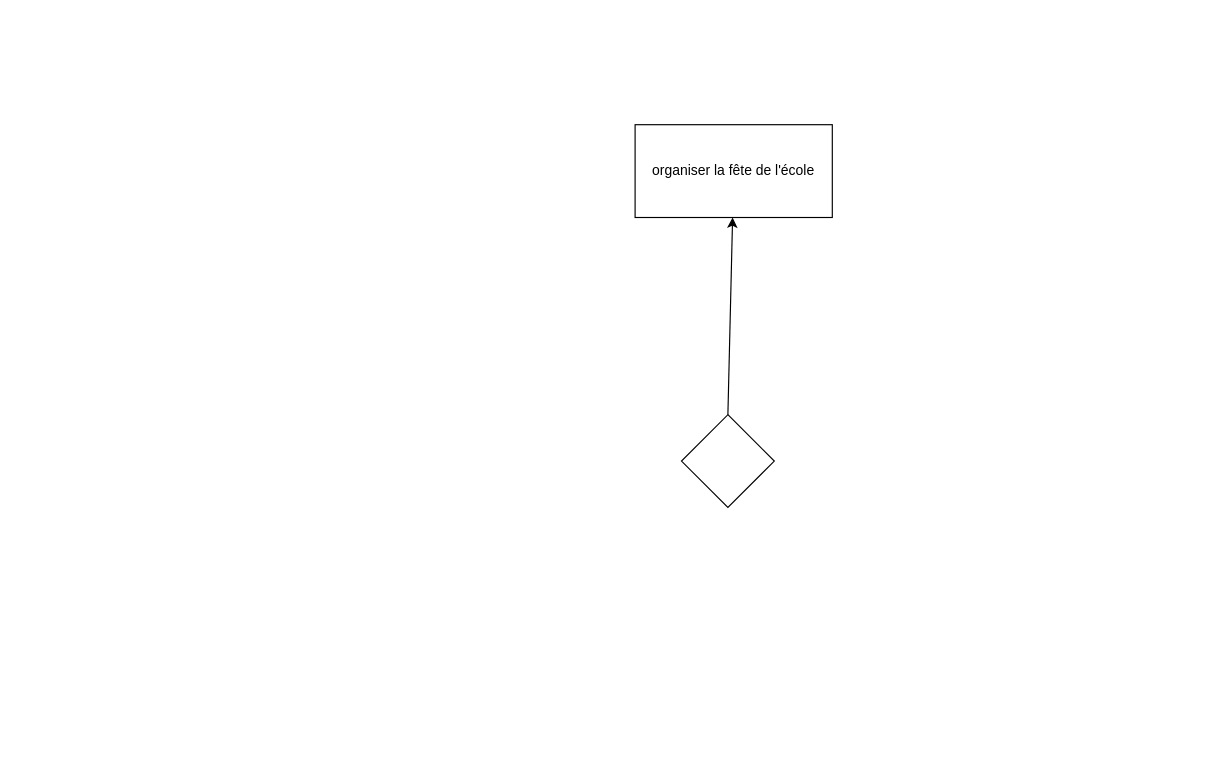
GillesSuivre/GestionProjet keeps this draw.io diagram as test.drawio. Above is the earlier version. Source tidied: cells renumbered, new cells numbered last; positions are measured from the earlier drawing's top-left corner, leaving out a move shared by most shapes. Both pictures are drawn from the tidied source at 116%, with x=0, y=0 at pixel (635, 124).
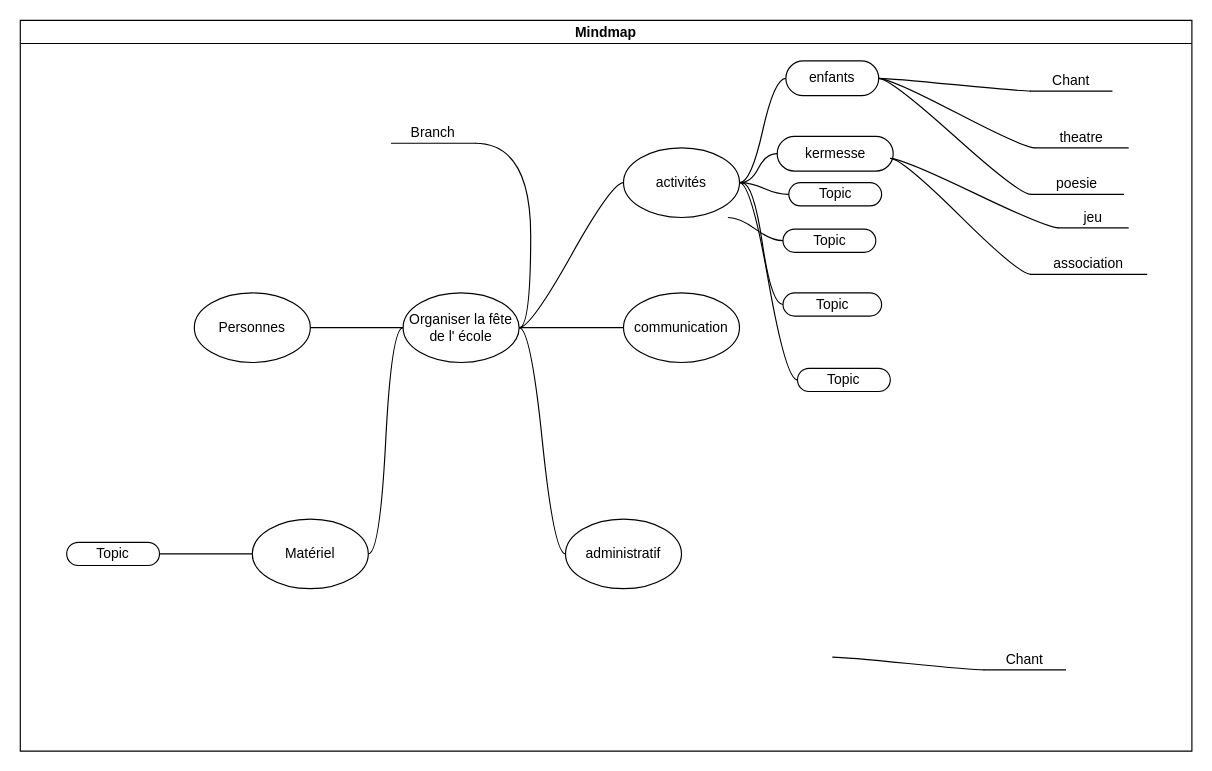
After the change.

Commit message:
Mettre à jour test.drawio

The edit, as a diff of the source:
```diff
@@
-    <mxCell id="2" value="organiser la fête de l'école" style="rounded=0;whiteSpace=wrap;html=1;" parent="1" vertex="1">
-      <mxGeometry width="170" height="80" as="geometry" />
-    </mxCell>
-    <mxCell id="3" style="rhombus;whiteSpace=wrap;html=1;" parent="1" vertex="1">
-      <mxGeometry x="40" y="250" width="80" height="80" as="geometry" />
-    </mxCell>
-    <mxCell id="4" style="endArrow=classic;html=1;rounded=0;exitX=0.5;exitY=0;exitDx=0;exitDy=0;" parent="1" edge="1" source="3" target="2">
-      <mxGeometry relative="1" as="geometry" />
-    </mxCell>
+    <mxCell id="5" value="Mindmap" style="swimlane;startSize=20;horizontal=1;containerType=tree;" parent="1" vertex="1">
+      <mxGeometry x="-530" y="-90" width="1010" height="630" as="geometry" />
+    </mxCell>
+    <mxCell id="6" style="edgeStyle=entityRelationEdgeStyle;startArrow=none;endArrow=none;segment=10;curved=1;sourcePerimeterSpacing=0;targetPerimeterSpacing=0;rounded=0;exitX=1;exitY=0.5;exitDx=0;exitDy=0;" parent="5" edge="1" source="24" target="11">
+      <mxGeometry relative="1" as="geometry" />
+    </mxCell>
+    <mxCell id="7" style="edgeStyle=entityRelationEdgeStyle;startArrow=none;endArrow=none;segment=10;curved=1;sourcePerimeterSpacing=0;targetPerimeterSpacing=0;rounded=0;" parent="5" edge="1" source="10" target="12">
+      <mxGeometry relative="1" as="geometry" />
+    </mxCell>
+    <mxCell id="8" style="edgeStyle=entityRelationEdgeStyle;startArrow=none;endArrow=none;segment=10;curved=1;sourcePerimeterSpacing=0;targetPerimeterSpacing=0;rounded=0;" parent="5" edge="1" source="21" target="13">
+      <mxGeometry relative="1" as="geometry" />
+    </mxCell>
+    <mxCell id="9" style="edgeStyle=entityRelationEdgeStyle;startArrow=none;endArrow=none;segment=10;curved=1;sourcePerimeterSpacing=0;targetPerimeterSpacing=0;rounded=0;exitX=1;exitY=0.5;exitDx=0;exitDy=0;" parent="5" edge="1" source="11" target="22">
+      <mxGeometry relative="1" as="geometry" />
+    </mxCell>
+    <mxCell id="10" value="Organiser la fête de l' école" style="ellipse;whiteSpace=wrap;html=1;align=center;newEdgeStyle={&quot;edgeStyle&quot;:&quot;entityRelationEdgeStyle&quot;,&quot;startArrow&quot;:&quot;none&quot;,&quot;endArrow&quot;:&quot;none&quot;,&quot;segment&quot;:10,&quot;curved&quot;:1,&quot;sourcePerimeterSpacing&quot;:0,&quot;targetPerimeterSpacing&quot;:0};" parent="5" vertex="1">
+      <mxGeometry x="330" y="235" width="100" height="60" as="geometry" />
+    </mxCell>
+    <mxCell id="11" value="enfants" style="whiteSpace=wrap;html=1;rounded=1;arcSize=50;align=center;verticalAlign=middle;strokeWidth=1;spacing=4;newEdgeStyle={&quot;edgeStyle&quot;:&quot;entityRelationEdgeStyle&quot;,&quot;startArrow&quot;:&quot;none&quot;,&quot;endArrow&quot;:&quot;none&quot;,&quot;segment&quot;:10,&quot;curved&quot;:1,&quot;sourcePerimeterSpacing&quot;:0,&quot;targetPerimeterSpacing&quot;:0};" parent="5" vertex="1">
+      <mxGeometry x="660" y="35" width="80" height="30" as="geometry" />
+    </mxCell>
+    <mxCell id="12" value="Branch" style="whiteSpace=wrap;html=1;shape=partialRectangle;top=0;left=0;bottom=1;right=0;points=[[0,1],[1,1]];fillColor=none;align=center;verticalAlign=bottom;routingCenterY=0.5;snapToPoint=1;newEdgeStyle={&quot;edgeStyle&quot;:&quot;entityRelationEdgeStyle&quot;,&quot;startArrow&quot;:&quot;none&quot;,&quot;endArrow&quot;:&quot;none&quot;,&quot;segment&quot;:10,&quot;curved&quot;:1,&quot;sourcePerimeterSpacing&quot;:0,&quot;targetPerimeterSpacing&quot;:0};" parent="5" vertex="1">
+      <mxGeometry x="320" y="80" width="72" height="26" as="geometry" />
+    </mxCell>
+    <mxCell id="13" value="Topic" style="whiteSpace=wrap;html=1;rounded=1;arcSize=50;align=center;verticalAlign=middle;strokeWidth=1;spacing=4;newEdgeStyle={&quot;edgeStyle&quot;:&quot;entityRelationEdgeStyle&quot;,&quot;startArrow&quot;:&quot;none&quot;,&quot;endArrow&quot;:&quot;none&quot;,&quot;segment&quot;:10,&quot;curved&quot;:1,&quot;sourcePerimeterSpacing&quot;:0,&quot;targetPerimeterSpacing&quot;:0};" parent="5" vertex="1">
+      <mxGeometry x="40" y="450" width="80" height="20" as="geometry" />
+    </mxCell>
+    <mxCell id="14" style="edgeStyle=entityRelationEdgeStyle;rounded=0;jettySize=auto;html=1;startArrow=none;endArrow=none;segment=10;curved=1;sourcePerimeterSpacing=0;targetPerimeterSpacing=0;" parent="5" edge="1" source="10" target="15">
+      <mxGeometry relative="1" as="geometry" />
+    </mxCell>
+    <mxCell id="15" value="communication" style="ellipse;whiteSpace=wrap;html=1;align=center;newEdgeStyle={&quot;edgeStyle&quot;:&quot;entityRelationEdgeStyle&quot;,&quot;startArrow&quot;:&quot;none&quot;,&quot;endArrow&quot;:&quot;none&quot;,&quot;segment&quot;:10,&quot;curved&quot;:1,&quot;sourcePerimeterSpacing&quot;:0,&quot;targetPerimeterSpacing&quot;:0};" parent="5" vertex="1">
+      <mxGeometry x="520" y="235" width="100" height="60" as="geometry" />
+    </mxCell>
+    <mxCell id="16" style="edgeStyle=entityRelationEdgeStyle;rounded=0;jettySize=auto;html=1;startArrow=none;endArrow=none;segment=10;curved=1;sourcePerimeterSpacing=0;targetPerimeterSpacing=0;" parent="5" edge="1" source="10" target="17">
+      <mxGeometry relative="1" as="geometry" />
+    </mxCell>
+    <mxCell id="17" value="administratif" style="ellipse;whiteSpace=wrap;html=1;align=center;newEdgeStyle={&quot;edgeStyle&quot;:&quot;entityRelationEdgeStyle&quot;,&quot;startArrow&quot;:&quot;none&quot;,&quot;endArrow&quot;:&quot;none&quot;,&quot;segment&quot;:10,&quot;curved&quot;:1,&quot;sourcePerimeterSpacing&quot;:0,&quot;targetPerimeterSpacing&quot;:0};" parent="5" vertex="1">
+      <mxGeometry x="470" y="430" width="100" height="60" as="geometry" />
+    </mxCell>
+    <mxCell id="18" style="edgeStyle=entityRelationEdgeStyle;rounded=0;jettySize=auto;html=1;startArrow=none;endArrow=none;segment=10;curved=1;sourcePerimeterSpacing=0;targetPerimeterSpacing=0;" parent="5" edge="1" source="10" target="19">
+      <mxGeometry relative="1" as="geometry" />
+    </mxCell>
+    <mxCell id="19" value="Personnes" style="ellipse;whiteSpace=wrap;html=1;align=center;newEdgeStyle={&quot;edgeStyle&quot;:&quot;entityRelationEdgeStyle&quot;,&quot;startArrow&quot;:&quot;none&quot;,&quot;endArrow&quot;:&quot;none&quot;,&quot;segment&quot;:10,&quot;curved&quot;:1,&quot;sourcePerimeterSpacing&quot;:0,&quot;targetPerimeterSpacing&quot;:0};" parent="5" vertex="1">
+      <mxGeometry x="150" y="235" width="100" height="60" as="geometry" />
+    </mxCell>
+    <mxCell id="20" style="edgeStyle=entityRelationEdgeStyle;rounded=0;jettySize=auto;html=1;startArrow=none;endArrow=none;segment=10;curved=1;sourcePerimeterSpacing=0;targetPerimeterSpacing=0;" parent="5" edge="1" source="10" target="21">
+      <mxGeometry relative="1" as="geometry" />
+    </mxCell>
+    <mxCell id="21" value="Matériel" style="ellipse;whiteSpace=wrap;html=1;align=center;newEdgeStyle={&quot;edgeStyle&quot;:&quot;entityRelationEdgeStyle&quot;,&quot;startArrow&quot;:&quot;none&quot;,&quot;endArrow&quot;:&quot;none&quot;,&quot;segment&quot;:10,&quot;curved&quot;:1,&quot;sourcePerimeterSpacing&quot;:0,&quot;targetPerimeterSpacing&quot;:0};" parent="5" vertex="1">
+      <mxGeometry x="200" y="430" width="100" height="60" as="geometry" />
+    </mxCell>
+    <mxCell id="22" value="Chant" style="whiteSpace=wrap;html=1;shape=partialRectangle;top=0;left=0;bottom=1;right=0;points=[[0,1],[1,1]];fillColor=none;align=center;verticalAlign=bottom;routingCenterY=0.5;snapToPoint=1;newEdgeStyle={&quot;edgeStyle&quot;:&quot;entityRelationEdgeStyle&quot;,&quot;startArrow&quot;:&quot;none&quot;,&quot;endArrow&quot;:&quot;none&quot;,&quot;segment&quot;:10,&quot;curved&quot;:1,&quot;sourcePerimeterSpacing&quot;:0,&quot;targetPerimeterSpacing&quot;:0};" parent="5" vertex="1">
+      <mxGeometry x="871" y="31" width="70" height="30" as="geometry" />
+    </mxCell>
+    <mxCell id="23" style="edgeStyle=entityRelationEdgeStyle;rounded=0;jettySize=auto;html=1;startArrow=none;endArrow=none;segment=10;curved=1;sourcePerimeterSpacing=0;targetPerimeterSpacing=0;" parent="5" edge="1" source="10" target="24">
+      <mxGeometry relative="1" as="geometry" />
+    </mxCell>
+    <mxCell id="24" value="activités" style="ellipse;whiteSpace=wrap;html=1;align=center;newEdgeStyle={&quot;edgeStyle&quot;:&quot;entityRelationEdgeStyle&quot;,&quot;startArrow&quot;:&quot;none&quot;,&quot;endArrow&quot;:&quot;none&quot;,&quot;segment&quot;:10,&quot;curved&quot;:1,&quot;sourcePerimeterSpacing&quot;:0,&quot;targetPerimeterSpacing&quot;:0};" parent="5" vertex="1">
+      <mxGeometry x="520" y="110" width="100" height="60" as="geometry" />
+    </mxCell>
+    <mxCell id="25" style="edgeStyle=entityRelationEdgeStyle;startArrow=none;endArrow=none;segment=10;curved=1;sourcePerimeterSpacing=0;targetPerimeterSpacing=0;rounded=0;" parent="5" edge="1" target="26">
+      <mxGeometry relative="1" as="geometry">
+        <mxPoint x="622" y="140" as="sourcePoint" />
+      </mxGeometry>
+    </mxCell>
+    <mxCell id="26" value="Topic" style="whiteSpace=wrap;html=1;rounded=1;arcSize=50;align=center;verticalAlign=middle;strokeWidth=1;spacing=4;newEdgeStyle={&quot;edgeStyle&quot;:&quot;entityRelationEdgeStyle&quot;,&quot;startArrow&quot;:&quot;none&quot;,&quot;endArrow&quot;:&quot;none&quot;,&quot;segment&quot;:10,&quot;curved&quot;:1,&quot;sourcePerimeterSpacing&quot;:0,&quot;targetPerimeterSpacing&quot;:0};" parent="5" vertex="1">
+      <mxGeometry x="657.5" y="235" width="85" height="20" as="geometry" />
+    </mxCell>
+    <mxCell id="27" value="Topic" style="whiteSpace=wrap;html=1;rounded=1;arcSize=50;align=center;verticalAlign=middle;strokeWidth=1;spacing=4;newEdgeStyle={&quot;edgeStyle&quot;:&quot;entityRelationEdgeStyle&quot;,&quot;startArrow&quot;:&quot;none&quot;,&quot;endArrow&quot;:&quot;none&quot;,&quot;segment&quot;:10,&quot;curved&quot;:1,&quot;sourcePerimeterSpacing&quot;:0,&quot;targetPerimeterSpacing&quot;:0};" parent="5" vertex="1">
+      <mxGeometry x="670" y="300" width="80" height="20" as="geometry" />
+    </mxCell>
+    <mxCell id="28" style="edgeStyle=entityRelationEdgeStyle;startArrow=none;endArrow=none;segment=10;curved=1;sourcePerimeterSpacing=0;targetPerimeterSpacing=0;rounded=0;exitX=1;exitY=0.5;exitDx=0;exitDy=0;" parent="5" edge="1" source="24" target="27">
+      <mxGeometry relative="1" as="geometry" />
+    </mxCell>
+    <mxCell id="29" value="Topic" style="whiteSpace=wrap;html=1;rounded=1;arcSize=50;align=center;verticalAlign=middle;strokeWidth=1;spacing=4;newEdgeStyle={&quot;edgeStyle&quot;:&quot;entityRelationEdgeStyle&quot;,&quot;startArrow&quot;:&quot;none&quot;,&quot;endArrow&quot;:&quot;none&quot;,&quot;segment&quot;:10,&quot;curved&quot;:1,&quot;sourcePerimeterSpacing&quot;:0,&quot;targetPerimeterSpacing&quot;:0};" parent="5" vertex="1">
+      <mxGeometry x="657.5" y="180" width="80" height="20" as="geometry" />
+    </mxCell>
+    <mxCell id="30" value="Topic" style="whiteSpace=wrap;html=1;rounded=1;arcSize=50;align=center;verticalAlign=middle;strokeWidth=1;spacing=4;newEdgeStyle={&quot;edgeStyle&quot;:&quot;entityRelationEdgeStyle&quot;,&quot;startArrow&quot;:&quot;none&quot;,&quot;endArrow&quot;:&quot;none&quot;,&quot;segment&quot;:10,&quot;curved&quot;:1,&quot;sourcePerimeterSpacing&quot;:0,&quot;targetPerimeterSpacing&quot;:0};" parent="5" vertex="1">
+      <mxGeometry x="662.5" y="140" width="80" height="20" as="geometry" />
+    </mxCell>
+    <mxCell id="31" style="edgeStyle=entityRelationEdgeStyle;startArrow=none;endArrow=none;segment=10;curved=1;sourcePerimeterSpacing=0;targetPerimeterSpacing=0;rounded=0;exitX=1;exitY=0.5;exitDx=0;exitDy=0;" parent="5" edge="1" source="24" target="30">
+      <mxGeometry relative="1" as="geometry" />
+    </mxCell>
+    <mxCell id="32" value="kermesse" style="whiteSpace=wrap;html=1;rounded=1;arcSize=50;align=center;verticalAlign=middle;strokeWidth=1;spacing=4;newEdgeStyle={&quot;edgeStyle&quot;:&quot;entityRelationEdgeStyle&quot;,&quot;startArrow&quot;:&quot;none&quot;,&quot;endArrow&quot;:&quot;none&quot;,&quot;segment&quot;:10,&quot;curved&quot;:1,&quot;sourcePerimeterSpacing&quot;:0,&quot;targetPerimeterSpacing&quot;:0};" parent="5" vertex="1">
+      <mxGeometry x="652.5" y="100" width="100" height="30" as="geometry" />
+    </mxCell>
+    <mxCell id="33" style="edgeStyle=entityRelationEdgeStyle;startArrow=none;endArrow=none;segment=10;curved=1;sourcePerimeterSpacing=0;targetPerimeterSpacing=0;rounded=0;exitX=1;exitY=0.5;exitDx=0;exitDy=0;" parent="5" edge="1" source="24" target="32">
+      <mxGeometry relative="1" as="geometry" />
+    </mxCell>
+    <mxCell id="34" style="edgeStyle=entityRelationEdgeStyle;startArrow=none;endArrow=none;segment=10;curved=1;sourcePerimeterSpacing=0;targetPerimeterSpacing=0;rounded=0;exitX=1;exitY=0.5;exitDx=0;exitDy=0;" parent="5" edge="1" target="35">
+      <mxGeometry relative="1" as="geometry">
+        <mxPoint x="700" y="549" as="sourcePoint" />
+      </mxGeometry>
+    </mxCell>
+    <mxCell id="35" value="Chant" style="whiteSpace=wrap;html=1;shape=partialRectangle;top=0;left=0;bottom=1;right=0;points=[[0,1],[1,1]];fillColor=none;align=center;verticalAlign=bottom;routingCenterY=0.5;snapToPoint=1;newEdgeStyle={&quot;edgeStyle&quot;:&quot;entityRelationEdgeStyle&quot;,&quot;startArrow&quot;:&quot;none&quot;,&quot;endArrow&quot;:&quot;none&quot;,&quot;segment&quot;:10,&quot;curved&quot;:1,&quot;sourcePerimeterSpacing&quot;:0,&quot;targetPerimeterSpacing&quot;:0};" parent="5" vertex="1">
+      <mxGeometry x="831" y="530" width="70" height="30" as="geometry" />
+    </mxCell>
+    <mxCell id="36" value="poesie" style="whiteSpace=wrap;html=1;shape=partialRectangle;top=0;left=0;bottom=1;right=0;points=[[0,1],[1,1]];fillColor=none;align=center;verticalAlign=bottom;routingCenterY=0.5;snapToPoint=1;newEdgeStyle={&quot;edgeStyle&quot;:&quot;entityRelationEdgeStyle&quot;,&quot;startArrow&quot;:&quot;none&quot;,&quot;endArrow&quot;:&quot;none&quot;,&quot;segment&quot;:10,&quot;curved&quot;:1,&quot;sourcePerimeterSpacing&quot;:0,&quot;targetPerimeterSpacing&quot;:0};" parent="5" vertex="1">
+      <mxGeometry x="871" y="120" width="80" height="30" as="geometry" />
+    </mxCell>
+    <mxCell id="37" value="theatre" style="whiteSpace=wrap;html=1;shape=partialRectangle;top=0;left=0;bottom=1;right=0;points=[[0,1],[1,1]];fillColor=none;align=center;verticalAlign=bottom;routingCenterY=0.5;snapToPoint=1;newEdgeStyle={&quot;edgeStyle&quot;:&quot;entityRelationEdgeStyle&quot;,&quot;startArrow&quot;:&quot;none&quot;,&quot;endArrow&quot;:&quot;none&quot;,&quot;segment&quot;:10,&quot;curved&quot;:1,&quot;sourcePerimeterSpacing&quot;:0,&quot;targetPerimeterSpacing&quot;:0};" parent="5" vertex="1">
+      <mxGeometry x="875" y="80" width="80" height="30" as="geometry" />
+    </mxCell>
+    <mxCell id="38" style="edgeStyle=entityRelationEdgeStyle;startArrow=none;endArrow=none;segment=10;curved=1;sourcePerimeterSpacing=0;targetPerimeterSpacing=0;rounded=0;exitX=1;exitY=0.5;exitDx=0;exitDy=0;" parent="5" edge="1" source="11" target="37">
+      <mxGeometry relative="1" as="geometry" />
+    </mxCell>
+    <mxCell id="39" style="edgeStyle=entityRelationEdgeStyle;startArrow=none;endArrow=none;segment=10;curved=1;sourcePerimeterSpacing=0;targetPerimeterSpacing=0;rounded=0;exitX=1;exitY=0.5;exitDx=0;exitDy=0;" parent="5" edge="1" source="11" target="36">
+      <mxGeometry relative="1" as="geometry">
+        <Array as="points">
+          <mxPoint x="750" y="50" />
+        </Array>
+      </mxGeometry>
+    </mxCell>
+    <mxCell id="40" value="association" style="whiteSpace=wrap;html=1;shape=partialRectangle;top=0;left=0;bottom=1;right=0;points=[[0,1],[1,1]];fillColor=none;align=center;verticalAlign=bottom;routingCenterY=0.5;snapToPoint=1;newEdgeStyle={&quot;edgeStyle&quot;:&quot;entityRelationEdgeStyle&quot;,&quot;startArrow&quot;:&quot;none&quot;,&quot;endArrow&quot;:&quot;none&quot;,&quot;segment&quot;:10,&quot;curved&quot;:1,&quot;sourcePerimeterSpacing&quot;:0,&quot;targetPerimeterSpacing&quot;:0};" parent="5" vertex="1">
+      <mxGeometry x="871" y="189" width="100" height="30" as="geometry" />
+    </mxCell>
+    <mxCell id="41" value="jeu" style="whiteSpace=wrap;html=1;shape=partialRectangle;top=0;left=0;bottom=1;right=0;points=[[0,1],[1,1]];fillColor=none;align=center;verticalAlign=bottom;routingCenterY=0.5;snapToPoint=1;newEdgeStyle={&quot;edgeStyle&quot;:&quot;entityRelationEdgeStyle&quot;,&quot;startArrow&quot;:&quot;none&quot;,&quot;endArrow&quot;:&quot;none&quot;,&quot;segment&quot;:10,&quot;curved&quot;:1,&quot;sourcePerimeterSpacing&quot;:0,&quot;targetPerimeterSpacing&quot;:0};" parent="5" vertex="1">
+      <mxGeometry x="895" y="149" width="60" height="30" as="geometry" />
+    </mxCell>
+    <mxCell id="42" style="edgeStyle=entityRelationEdgeStyle;startArrow=none;endArrow=none;segment=10;curved=1;sourcePerimeterSpacing=0;targetPerimeterSpacing=0;rounded=0;exitX=1;exitY=0.5;exitDx=0;exitDy=0;" parent="5" edge="1" target="41">
+      <mxGeometry relative="1" as="geometry">
+        <mxPoint x="750" y="119" as="sourcePoint" />
+      </mxGeometry>
+    </mxCell>
+    <mxCell id="43" style="edgeStyle=entityRelationEdgeStyle;startArrow=none;endArrow=none;segment=10;curved=1;sourcePerimeterSpacing=0;targetPerimeterSpacing=0;rounded=0;exitX=1;exitY=0.5;exitDx=0;exitDy=0;" parent="5" edge="1" target="40">
+      <mxGeometry relative="1" as="geometry">
+        <mxPoint x="750" y="119" as="sourcePoint" />
+        <Array as="points">
+          <mxPoint x="760" y="119" />
+        </Array>
+      </mxGeometry>
+    </mxCell>
+    <mxCell id="44" style="edgeStyle=entityRelationEdgeStyle;startArrow=none;endArrow=none;segment=10;curved=1;sourcePerimeterSpacing=0;targetPerimeterSpacing=0;rounded=0;" parent="1" edge="1" target="29">
+      <mxGeometry relative="1" as="geometry">
+        <mxPoint x="80" y="80" as="sourcePoint" />
+      </mxGeometry>
+    </mxCell>
```
